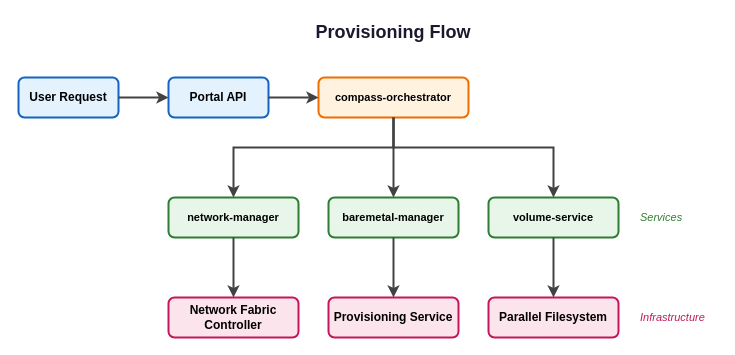
Earlier version of the draw.io diagram docs/diagrams/provisioning-flow.drawio (aamir939/Documentation). Source tidied: cells renumbered, new cells numbered last; positions are measured from the earlier drawing's top-left corner, leaving out a move shared by most shapes. Both pictures are drawn from the tidied source at 100%, with x=0, y=0 at pixel (18, 17).
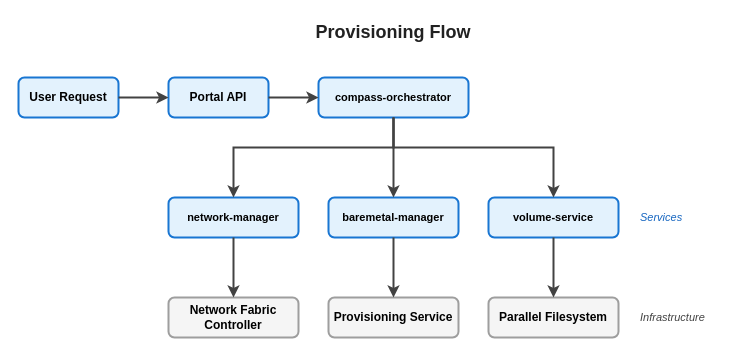
The same page after the edit.

Change to the diagram source:
```diff
@@
-    <mxCell id="2" value="Provisioning Flow" style="text;html=1;strokeColor=none;fillColor=none;align=center;verticalAlign=middle;whiteSpace=wrap;rounded=0;fontSize=18;fontStyle=1;fontColor=#1a1a2e;" parent="1" vertex="1">
+    <mxCell id="2" value="Provisioning Flow" style="text;html=1;strokeColor=none;fillColor=none;align=center;verticalAlign=middle;whiteSpace=wrap;rounded=0;fontSize=18;fontStyle=1;fontColor=#212121;" parent="1" vertex="1">
       <mxGeometry x="275" width="200" height="30" as="geometry" />
     </mxCell>
-    <mxCell id="3" value="User Request" style="rounded=1;whiteSpace=wrap;html=1;fillColor=#e3f2fd;strokeColor=#1565c0;strokeWidth=2;fontSize=12;fontStyle=1;" parent="1" vertex="1">
+    <mxCell id="3" value="User Request" style="rounded=1;whiteSpace=wrap;html=1;fillColor=#e3f2fd;strokeColor=#1976d2;strokeWidth=2;fontSize=12;fontStyle=1;" parent="1" vertex="1">
       <mxGeometry y="60" width="100" height="40" as="geometry" />
     </mxCell>
-    <mxCell id="4" value="Portal API" style="rounded=1;whiteSpace=wrap;html=1;fillColor=#e3f2fd;strokeColor=#1565c0;strokeWidth=2;fontSize=12;fontStyle=1;" parent="1" vertex="1">
+    <mxCell id="4" value="Portal API" style="rounded=1;whiteSpace=wrap;html=1;fillColor=#e3f2fd;strokeColor=#1976d2;strokeWidth=2;fontSize=12;fontStyle=1;" parent="1" vertex="1">
       <mxGeometry x="150" y="60" width="100" height="40" as="geometry" />
     </mxCell>
-    <mxCell id="5" value="compass-orchestrator" style="rounded=1;whiteSpace=wrap;html=1;fillColor=#fff3e0;strokeColor=#ef6c00;strokeWidth=2;fontSize=11;fontStyle=1;" parent="1" vertex="1">
+    <mxCell id="5" value="compass-orchestrator" style="rounded=1;whiteSpace=wrap;html=1;fillColor=#e3f2fd;strokeColor=#1976d2;strokeWidth=2;fontSize=11;fontStyle=1;" parent="1" vertex="1">
       <mxGeometry x="300" y="60" width="150" height="40" as="geometry" />
     </mxCell>
@@
-    <mxCell id="8" value="network-manager" style="rounded=1;whiteSpace=wrap;html=1;fillColor=#e8f5e9;strokeColor=#2e7d32;strokeWidth=2;fontSize=11;fontStyle=1;" parent="1" vertex="1">
+    <mxCell id="8" value="network-manager" style="rounded=1;whiteSpace=wrap;html=1;fillColor=#e3f2fd;strokeColor=#1976d2;strokeWidth=2;fontSize=11;fontStyle=1;" parent="1" vertex="1">
       <mxGeometry x="150" y="180" width="130" height="40" as="geometry" />
     </mxCell>
-    <mxCell id="9" value="baremetal-manager" style="rounded=1;whiteSpace=wrap;html=1;fillColor=#e8f5e9;strokeColor=#2e7d32;strokeWidth=2;fontSize=11;fontStyle=1;" parent="1" vertex="1">
+    <mxCell id="9" value="baremetal-manager" style="rounded=1;whiteSpace=wrap;html=1;fillColor=#e3f2fd;strokeColor=#1976d2;strokeWidth=2;fontSize=11;fontStyle=1;" parent="1" vertex="1">
       <mxGeometry x="310" y="180" width="130" height="40" as="geometry" />
     </mxCell>
-    <mxCell id="10" value="volume-service" style="rounded=1;whiteSpace=wrap;html=1;fillColor=#e8f5e9;strokeColor=#2e7d32;strokeWidth=2;fontSize=11;fontStyle=1;" parent="1" vertex="1">
+    <mxCell id="10" value="volume-service" style="rounded=1;whiteSpace=wrap;html=1;fillColor=#e3f2fd;strokeColor=#1976d2;strokeWidth=2;fontSize=11;fontStyle=1;" parent="1" vertex="1">
       <mxGeometry x="470" y="180" width="130" height="40" as="geometry" />
     </mxCell>
@@
-    <mxCell id="14" value="Network Fabric Controller" style="rounded=1;whiteSpace=wrap;html=1;fillColor=#fce4ec;strokeColor=#c2185b;strokeWidth=2;fontSize=12;fontStyle=1;" parent="1" vertex="1">
+    <mxCell id="14" value="Network Fabric Controller" style="rounded=1;whiteSpace=wrap;html=1;fillColor=#f5f5f5;strokeColor=#9e9e9e;strokeWidth=2;fontSize=12;fontStyle=1;" parent="1" vertex="1">
       <mxGeometry x="150" y="280" width="130" height="40" as="geometry" />
     </mxCell>
-    <mxCell id="15" value="Provisioning Service" style="rounded=1;whiteSpace=wrap;html=1;fillColor=#fce4ec;strokeColor=#c2185b;strokeWidth=2;fontSize=12;fontStyle=1;" parent="1" vertex="1">
+    <mxCell id="15" value="Provisioning Service" style="rounded=1;whiteSpace=wrap;html=1;fillColor=#f5f5f5;strokeColor=#9e9e9e;strokeWidth=2;fontSize=12;fontStyle=1;" parent="1" vertex="1">
       <mxGeometry x="310" y="280" width="130" height="40" as="geometry" />
     </mxCell>
-    <mxCell id="16" value="Parallel Filesystem" style="rounded=1;whiteSpace=wrap;html=1;fillColor=#fce4ec;strokeColor=#c2185b;strokeWidth=2;fontSize=12;fontStyle=1;" parent="1" vertex="1">
+    <mxCell id="16" value="Parallel Filesystem" style="rounded=1;whiteSpace=wrap;html=1;fillColor=#f5f5f5;strokeColor=#9e9e9e;strokeWidth=2;fontSize=12;fontStyle=1;" parent="1" vertex="1">
       <mxGeometry x="470" y="280" width="130" height="40" as="geometry" />
     </mxCell>
@@
-    <mxCell id="20" value="Services" style="text;html=1;strokeColor=none;fillColor=none;align=left;verticalAlign=middle;fontSize=11;fontColor=#2e7d32;fontStyle=2;" parent="1" vertex="1">
+    <mxCell id="20" value="Services" style="text;html=1;strokeColor=none;fillColor=none;align=left;verticalAlign=middle;fontSize=11;fontColor=#1565c0;fontStyle=2;" parent="1" vertex="1">
       <mxGeometry x="620" y="190" width="80" height="20" as="geometry" />
     </mxCell>
-    <mxCell id="21" value="Infrastructure" style="text;html=1;strokeColor=none;fillColor=none;align=left;verticalAlign=middle;fontSize=11;fontColor=#c2185b;fontStyle=2;" parent="1" vertex="1">
+    <mxCell id="21" value="Infrastructure" style="text;html=1;strokeColor=none;fillColor=none;align=left;verticalAlign=middle;fontSize=11;fontColor=#424242;fontStyle=2;" parent="1" vertex="1">
       <mxGeometry x="620" y="290" width="80" height="20" as="geometry" />
     </mxCell>
```
